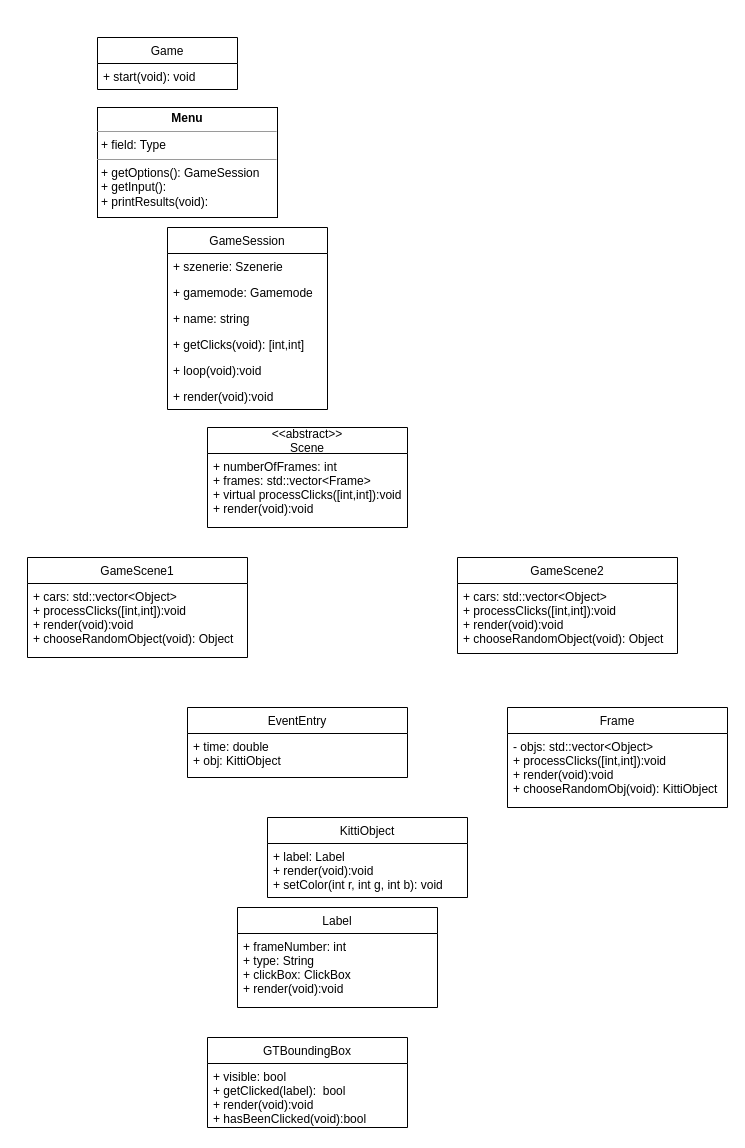
Before: Klassendiagramm-uml.drawio in Andre-4949/ReactionGame, a draw.io diagram. Source tidied: cells renumbered, new cells numbered last; positions are measured from the earlier drawing's top-left corner, leaving out a move shared by most shapes. Both pictures are drawn from the tidied source at 100%, with x=0, y=0 at pixel (27, 37).
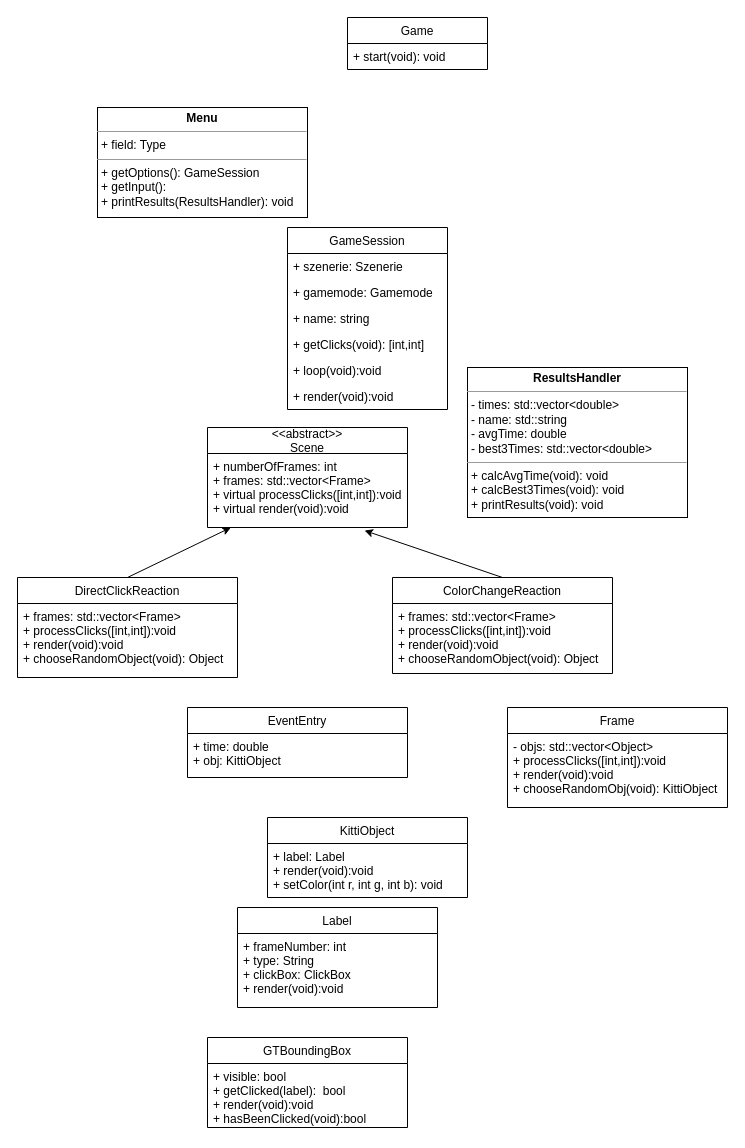
Above is the later version.

The change refers to these unchanged cells:
```xml
<mxCell id="3" value="&lt;&lt;abstract&gt;&gt;&#10;Scene" style="swimlane;fontStyle=0;horizontal=1;startSize=26;fillColor=none;" parent="1" vertex="1">
  <mxGeometry x="180" y="390" width="200" height="100" as="geometry" />
</mxCell>
```

The edit, as a diff of the source:
```diff
@@
-    <mxCell id="2" value="&lt;p style=&quot;margin:0px;margin-top:4px;text-align:center;&quot;&gt;&lt;b&gt;Menu&lt;/b&gt;&lt;/p&gt;&lt;hr size=&quot;1&quot;&gt;&lt;p style=&quot;margin:0px;margin-left:4px;&quot;&gt;+ field: Type&lt;/p&gt;&lt;hr size=&quot;1&quot;&gt;&lt;p style=&quot;margin:0px;margin-left:4px;&quot;&gt;+ getOptions(): GameSession&lt;span style=&quot;background-color: initial;&quot;&gt;&amp;nbsp;&lt;/span&gt;&lt;/p&gt;&lt;p style=&quot;margin:0px;margin-left:4px;&quot;&gt;+ getInput():&amp;nbsp;&lt;/p&gt;&lt;p style=&quot;margin:0px;margin-left:4px;&quot;&gt;+ printResults(void):&lt;/p&gt;" style="verticalAlign=top;align=left;overflow=fill;fontSize=12;fontFamily=Helvetica;html=1;" parent="1" vertex="1">
-      <mxGeometry x="70" y="70" width="180" height="110" as="geometry" />
+    <mxCell id="2" value="&lt;p style=&quot;margin:0px;margin-top:4px;text-align:center;&quot;&gt;&lt;b&gt;Menu&lt;/b&gt;&lt;/p&gt;&lt;hr size=&quot;1&quot;&gt;&lt;p style=&quot;margin:0px;margin-left:4px;&quot;&gt;+ field: Type&lt;/p&gt;&lt;hr size=&quot;1&quot;&gt;&lt;p style=&quot;margin:0px;margin-left:4px;&quot;&gt;+ getOptions(): GameSession&lt;span style=&quot;background-color: initial;&quot;&gt;&amp;nbsp;&lt;/span&gt;&lt;/p&gt;&lt;p style=&quot;margin:0px;margin-left:4px;&quot;&gt;+ getInput():&amp;nbsp;&lt;/p&gt;&lt;p style=&quot;margin:0px;margin-left:4px;&quot;&gt;+ printResults(ResultsHandler): void&lt;/p&gt;" style="verticalAlign=top;align=left;overflow=fill;fontSize=12;fontFamily=Helvetica;html=1;" parent="1" vertex="1">
+      <mxGeometry x="70" y="70" width="210" height="110" as="geometry" />
     </mxCell>
@@
-    <mxCell id="4" value="+ numberOfFrames: int&#10;+ frames: std::vector&lt;Frame&gt;&#10;+ virtual processClicks([int,int]):void&#10;+ render(void):void" style="text;strokeColor=none;fillColor=none;align=left;verticalAlign=top;spacingLeft=4;spacingRight=4;overflow=hidden;points=[[0,0.5],[1,0.5]];portConstraint=eastwest;fontStyle=0;" parent="3" vertex="1">
+    <mxCell id="4" value="+ numberOfFrames: int&#10;+ frames: std::vector&lt;Frame&gt;&#10;+ virtual processClicks([int,int]):void&#10;+ virtual render(void):void" style="text;strokeColor=none;fillColor=none;align=left;verticalAlign=top;spacingLeft=4;spacingRight=4;overflow=hidden;points=[[0,0.5],[1,0.5]];portConstraint=eastwest;fontStyle=0;" parent="3" vertex="1">
       <mxGeometry y="26" width="200" height="74" as="geometry" />
     </mxCell>
     <mxCell id="5" value="GameSession" style="swimlane;fontStyle=0;horizontal=1;startSize=26;fillColor=none;" parent="1" vertex="1">
-      <mxGeometry x="140" y="190" width="160" height="182" as="geometry" />
+      <mxGeometry x="260" y="190" width="160" height="182" as="geometry" />
     </mxCell>
@@
     <mxCell id="12" value="Game" style="swimlane;fontStyle=0;horizontal=1;startSize=26;fillColor=none;" parent="1" vertex="1">
-      <mxGeometry x="70" width="140" height="52" as="geometry" />
+      <mxGeometry x="320" y="-20" width="140" height="52" as="geometry" />
     </mxCell>
@@
+    <mxCell id="28" style="edgeStyle=none;html=1;exitX=0.5;exitY=0;exitDx=0;exitDy=0;" parent="1" edge="1" source="22" target="4">
+      <mxGeometry relative="1" as="geometry" />
+    </mxCell>
-    <mxCell id="22" value="GameScene1" style="swimlane;fontStyle=0;horizontal=1;startSize=26;fillColor=none;" parent="1" vertex="1">
-      <mxGeometry y="520" width="220" height="100" as="geometry" />
+    <mxCell id="22" value="DirectClickReaction" style="swimlane;fontStyle=0;horizontal=1;startSize=26;fillColor=none;" parent="1" vertex="1">
+      <mxGeometry x="-10" y="540" width="220" height="100" as="geometry" />
     </mxCell>
-    <mxCell id="23" value="+ cars: std::vector&lt;Object&gt;&#10;+ processClicks([int,int]):void&#10;+ render(void):void&#10;+ chooseRandomObject(void): Object" style="text;strokeColor=none;fillColor=none;align=left;verticalAlign=top;spacingLeft=4;spacingRight=4;overflow=hidden;" parent="22" vertex="1">
+    <mxCell id="23" value="+ frames: std::vector&lt;Frame&gt;&#10;+ processClicks([int,int]):void&#10;+ render(void):void&#10;+ chooseRandomObject(void): Object" style="text;strokeColor=none;fillColor=none;align=left;verticalAlign=top;spacingLeft=4;spacingRight=4;overflow=hidden;" parent="22" vertex="1">
       <mxGeometry y="26" width="220" height="74" as="geometry" />
     </mxCell>
+    <mxCell id="29" style="edgeStyle=none;html=1;exitX=0.5;exitY=0;exitDx=0;exitDy=0;entryX=0.785;entryY=1.041;entryDx=0;entryDy=0;entryPerimeter=0;" parent="1" edge="1" source="24" target="4">
+      <mxGeometry relative="1" as="geometry" />
+    </mxCell>
-    <mxCell id="24" value="GameScene2" style="swimlane;fontStyle=0;horizontal=1;startSize=26;fillColor=none;" parent="1" vertex="1">
-      <mxGeometry x="430" y="520" width="220" height="96" as="geometry" />
+    <mxCell id="24" value="ColorChangeReaction" style="swimlane;fontStyle=0;horizontal=1;startSize=26;fillColor=none;" parent="1" vertex="1">
+      <mxGeometry x="365" y="540" width="220" height="96" as="geometry" />
     </mxCell>
-    <mxCell id="25" value="+ cars: std::vector&lt;Object&gt;&#10;+ processClicks([int,int]):void&#10;+ render(void):void&#10;+ chooseRandomObject(void): Object" style="text;strokeColor=none;fillColor=none;align=left;verticalAlign=top;spacingLeft=4;spacingRight=4;overflow=hidden;" parent="24" vertex="1">
+    <mxCell id="25" value="+ frames: std::vector&lt;Frame&gt;&#10;+ processClicks([int,int]):void&#10;+ render(void):void&#10;+ chooseRandomObject(void): Object" style="text;strokeColor=none;fillColor=none;align=left;verticalAlign=top;spacingLeft=4;spacingRight=4;overflow=hidden;" parent="24" vertex="1">
       <mxGeometry y="26" width="220" height="70" as="geometry" />
     </mxCell>
@@
+    <mxCell id="30" value="&lt;p style=&quot;margin:0px;margin-top:4px;text-align:center;&quot;&gt;&lt;b&gt;ResultsHandler&lt;/b&gt;&lt;/p&gt;&lt;hr size=&quot;1&quot;&gt;&lt;p style=&quot;margin:0px;margin-left:4px;&quot;&gt;- times: std::vector&amp;lt;double&amp;gt;&lt;/p&gt;&lt;p style=&quot;margin:0px;margin-left:4px;&quot;&gt;- name: std::string&lt;/p&gt;&lt;p style=&quot;margin:0px;margin-left:4px;&quot;&gt;- avgTime: double&lt;/p&gt;&lt;p style=&quot;margin:0px;margin-left:4px;&quot;&gt;- best3Times: std::vector&amp;lt;double&amp;gt;&lt;/p&gt;&lt;hr size=&quot;1&quot;&gt;&lt;p style=&quot;margin:0px;margin-left:4px;&quot;&gt;+ calcAvgTime(void): void&lt;/p&gt;&lt;p style=&quot;margin:0px;margin-left:4px;&quot;&gt;+ calcBest3Times(void): void&lt;/p&gt;&lt;p style=&quot;margin:0px;margin-left:4px;&quot;&gt;+ printResults(void): void&lt;/p&gt;" style="verticalAlign=top;align=left;overflow=fill;fontSize=12;fontFamily=Helvetica;html=1;" parent="1" vertex="1">
+      <mxGeometry x="440" y="330" width="220" height="150" as="geometry" />
+    </mxCell>
```
